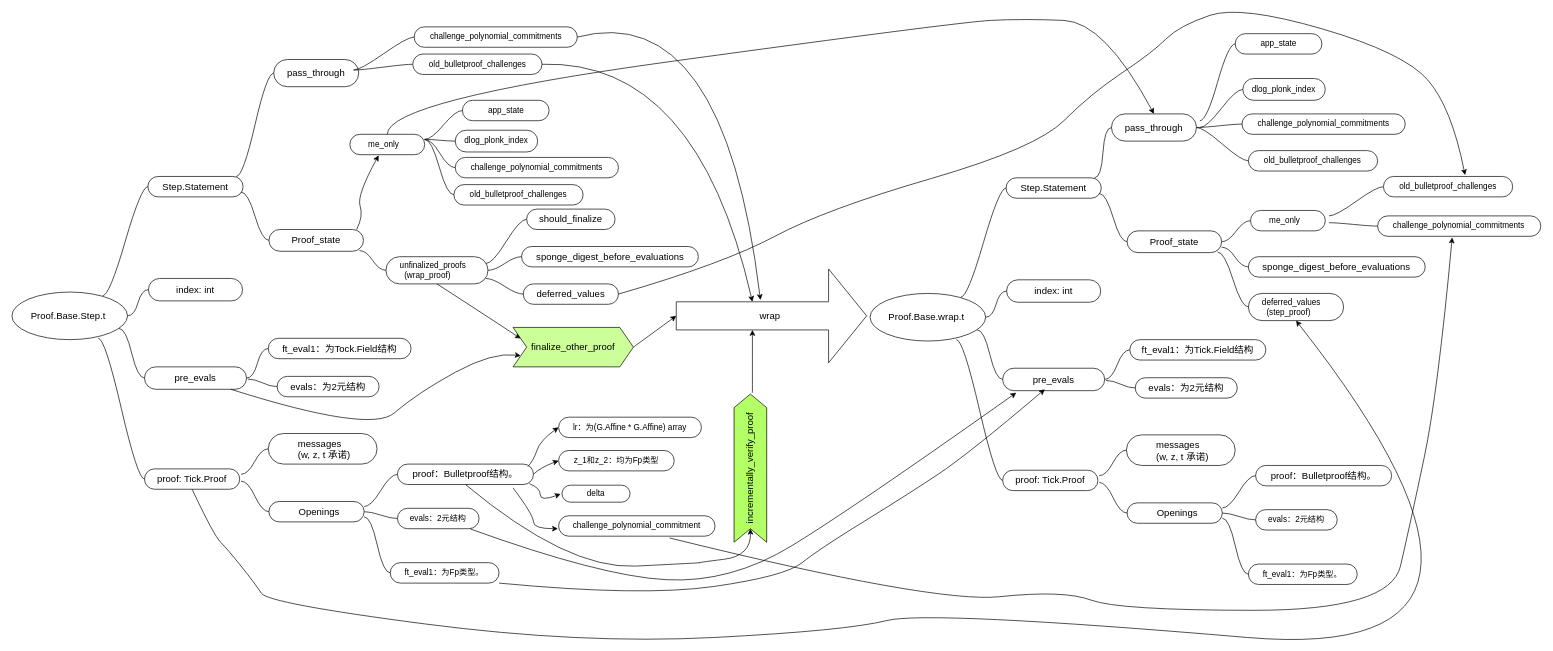
The draw.io diagram Mina recursion wrap.drawio in Federico2014/diagrams, before the edit. Source tidied: cells renumbered, new cells numbered last; positions are measured from the earlier drawing's top-left corner, leaving out a move shared by most shapes. Both pictures are drawn from the tidied source at 68%, with x=0, y=0 at pixel (12, -2).
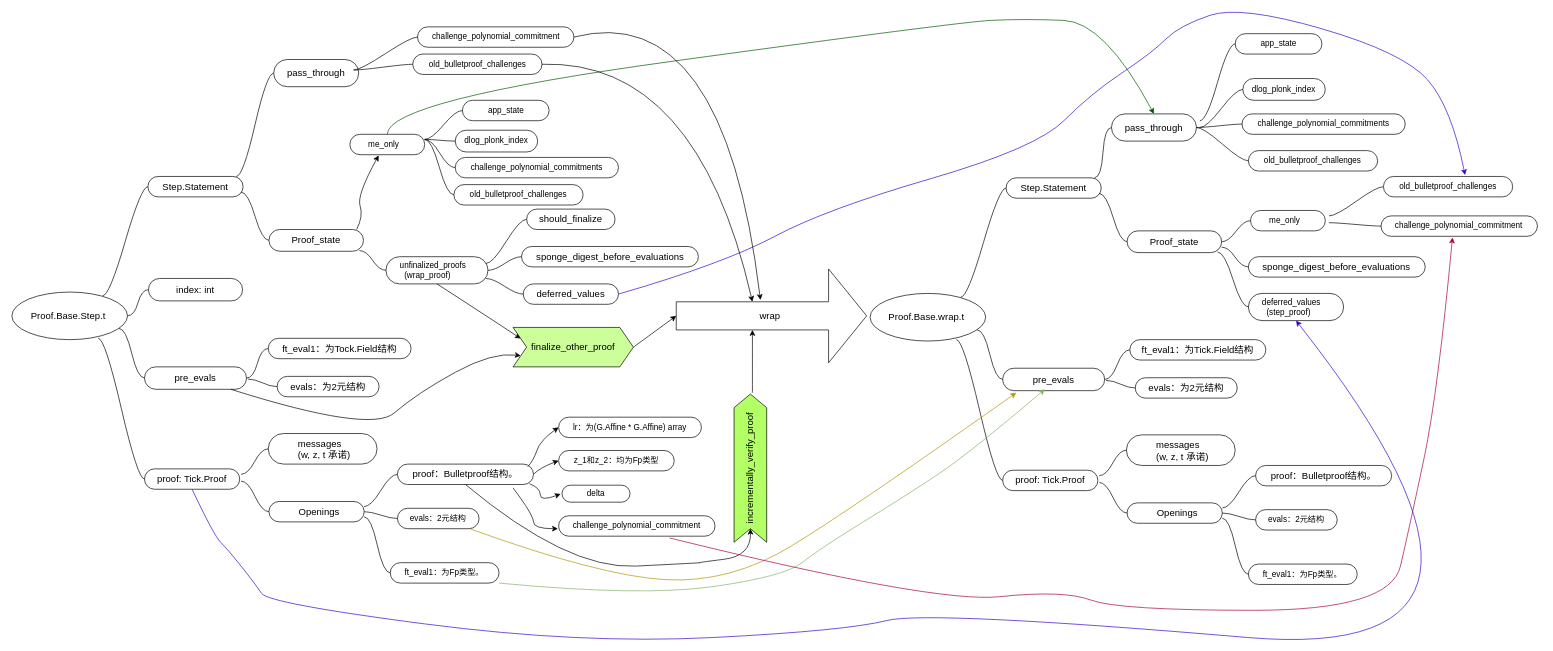
The same diagram, later.

Unchanged cells that the change refers to:
```xml
<mxCell id="9" value="proof: Tick.Proof" style="whiteSpace=wrap;html=1;rounded=1;arcSize=50;align=center;verticalAlign=middle;strokeWidth=1;spacing=4;newEdgeStyle={&quot;edgeStyle&quot;:&quot;entityRelationEdgeStyle&quot;,&quot;startArrow&quot;:&quot;none&quot;,&quot;endArrow&quot;:&quot;none&quot;,&quot;segment&quot;:10,&quot;curved&quot;:1};fontSize=14;" parent="1" vertex="1">
  <mxGeometry x="195" y="692" width="140" height="30" as="geometry" />
</mxCell>
<mxCell id="27" value="&amp;nbsp; &amp;nbsp; &amp;nbsp; &amp;nbsp;me_only" style="whiteSpace=wrap;html=1;rounded=1;arcSize=50;align=left;verticalAlign=middle;strokeWidth=1;spacing=4;newEdgeStyle={&quot;edgeStyle&quot;:&quot;entityRelationEdgeStyle&quot;,&quot;startArrow&quot;:&quot;none&quot;,&quot;endArrow&quot;:&quot;none&quot;,&quot;segment&quot;:10,&quot;curved&quot;:1};" parent="1" vertex="1" collapsed="1">
  <mxGeometry x="497" y="200" width="110" height="30" as="geometry" />
</mxCell>
<mxCell id="30" value="deferred_values" style="whiteSpace=wrap;html=1;rounded=1;arcSize=50;align=center;verticalAlign=middle;strokeWidth=1;spacing=4;newEdgeStyle={&quot;edgeStyle&quot;:&quot;entityRelationEdgeStyle&quot;,&quot;startArrow&quot;:&quot;none&quot;,&quot;endArrow&quot;:&quot;none&quot;,&quot;segment&quot;:10,&quot;curved&quot;:1};fontSize=14;" parent="1" vertex="1">
  <mxGeometry x="752" y="420" width="140" height="30" as="geometry" />
</mxCell>
<mxCell id="42" value="evals：2元结构" style="whiteSpace=wrap;html=1;rounded=1;arcSize=50;align=center;verticalAlign=middle;strokeWidth=1;spacing=4;newEdgeStyle={&quot;edgeStyle&quot;:&quot;entityRelationEdgeStyle&quot;,&quot;startArrow&quot;:&quot;none&quot;,&quot;endArrow&quot;:&quot;none&quot;,&quot;segment&quot;:10,&quot;curved&quot;:1};" parent="1" vertex="1">
  <mxGeometry x="567" y="750" width="120" height="30" as="geometry" />
</mxCell>
<mxCell id="44" value="ft_eval1：为Fp类型。" style="whiteSpace=wrap;html=1;rounded=1;arcSize=50;align=center;verticalAlign=middle;strokeWidth=1;spacing=4;newEdgeStyle={&quot;edgeStyle&quot;:&quot;entityRelationEdgeStyle&quot;,&quot;startArrow&quot;:&quot;none&quot;,&quot;endArrow&quot;:&quot;none&quot;,&quot;segment&quot;:10,&quot;curved&quot;:1};" parent="1" vertex="1">
  <mxGeometry x="556.4" y="830" width="160" height="30" as="geometry" />
</mxCell>
<mxCell id="47" value="Proof.Base.wrap.t&amp;nbsp;" style="ellipse;whiteSpace=wrap;html=1;fontSize=14;" parent="1" vertex="1">
  <mxGeometry x="1262" y="434" width="170" height="70" as="geometry" />
</mxCell>
<mxCell id="56" value="pass_through" style="whiteSpace=wrap;html=1;rounded=1;arcSize=50;align=center;verticalAlign=middle;strokeWidth=1;spacing=4;newEdgeStyle={&quot;edgeStyle&quot;:&quot;entityRelationEdgeStyle&quot;,&quot;startArrow&quot;:&quot;none&quot;,&quot;endArrow&quot;:&quot;none&quot;,&quot;segment&quot;:10,&quot;curved&quot;:1};fontSize=14;" parent="1" vertex="1">
  <mxGeometry x="1617" y="170" width="125" height="40" as="geometry" />
</mxCell>
<mxCell id="68" value="&amp;nbsp; &amp;nbsp; &amp;nbsp;deferred_values&lt;br&gt;&amp;nbsp; &amp;nbsp; &amp;nbsp; &amp;nbsp;(step_proof)" style="whiteSpace=wrap;html=1;rounded=1;arcSize=50;align=left;verticalAlign=middle;strokeWidth=1;spacing=4;newEdgeStyle={&quot;edgeStyle&quot;:&quot;entityRelationEdgeStyle&quot;,&quot;startArrow&quot;:&quot;none&quot;,&quot;endArrow&quot;:&quot;none&quot;,&quot;segment&quot;:10,&quot;curved&quot;:1};" parent="1" vertex="1">
  <mxGeometry x="1818.4" y="434" width="140" height="40" as="geometry" />
</mxCell>
<mxCell id="98" value="challenge_polynomial_commitment" style="whiteSpace=wrap;html=1;rounded=1;arcSize=50;align=center;verticalAlign=middle;strokeWidth=1;spacing=4;newEdgeStyle={&quot;edgeStyle&quot;:&quot;entityRelationEdgeStyle&quot;,&quot;startArrow&quot;:&quot;none&quot;,&quot;endArrow&quot;:&quot;none&quot;,&quot;segment&quot;:10,&quot;curved&quot;:1};" parent="1" vertex="1">
  <mxGeometry x="804" y="761" width="230" height="30" as="geometry" />
</mxCell>
```

Diff of the diagram source:
```diff
@@
-    <mxCell id="50" value="index: int" style="whiteSpace=wrap;html=1;rounded=1;arcSize=50;align=center;verticalAlign=middle;strokeWidth=1;spacing=4;newEdgeStyle={&quot;edgeStyle&quot;:&quot;entityRelationEdgeStyle&quot;,&quot;startArrow&quot;:&quot;none&quot;,&quot;endArrow&quot;:&quot;none&quot;,&quot;segment&quot;:10,&quot;curved&quot;:1};fontSize=14;" parent="1" vertex="1">
-      <mxGeometry x="1462.8" y="414" width="138.4" height="33" as="geometry" />
-    </mxCell>
-    <mxCell id="51" style="edgeStyle=entityRelationEdgeStyle;startArrow=none;endArrow=none;segment=10;curved=1;rounded=0;fontSize=14;" parent="1" edge="1" source="47" target="50">
-      <mxGeometry relative="1" as="geometry" />
-    </mxCell>
@@
-    <mxCell id="104" value="challenge_polynomial_commitments" style="whiteSpace=wrap;html=1;rounded=1;arcSize=50;align=center;verticalAlign=middle;strokeWidth=1;spacing=4;newEdgeStyle={&quot;edgeStyle&quot;:&quot;entityRelationEdgeStyle&quot;,&quot;startArrow&quot;:&quot;none&quot;,&quot;endArrow&quot;:&quot;none&quot;,&quot;segment&quot;:10,&quot;curved&quot;:1};" parent="1" vertex="1">
-      <mxGeometry x="591.5" y="42" width="240" height="30" as="geometry" />
+    <mxCell id="104" value="challenge_polynomial_commitment" style="whiteSpace=wrap;html=1;rounded=1;arcSize=50;align=center;verticalAlign=middle;strokeWidth=1;spacing=4;newEdgeStyle={&quot;edgeStyle&quot;:&quot;entityRelationEdgeStyle&quot;,&quot;startArrow&quot;:&quot;none&quot;,&quot;endArrow&quot;:&quot;none&quot;,&quot;segment&quot;:10,&quot;curved&quot;:1};" parent="1" vertex="1">
+      <mxGeometry x="596.5" y="42" width="230" height="30" as="geometry" />
     </mxCell>
@@
-    <mxCell id="109" value="challenge_polynomial_commitments" style="whiteSpace=wrap;html=1;rounded=1;arcSize=50;align=center;verticalAlign=middle;strokeWidth=1;spacing=4;newEdgeStyle={&quot;edgeStyle&quot;:&quot;entityRelationEdgeStyle&quot;,&quot;startArrow&quot;:&quot;none&quot;,&quot;endArrow&quot;:&quot;none&quot;,&quot;segment&quot;:10,&quot;curved&quot;:1};" parent="1" vertex="1">
-      <mxGeometry x="2008.4" y="320" width="240" height="30" as="geometry" />
+    <mxCell id="109" value="challenge_polynomial_commitment" style="whiteSpace=wrap;html=1;rounded=1;arcSize=50;align=center;verticalAlign=middle;strokeWidth=1;spacing=4;newEdgeStyle={&quot;edgeStyle&quot;:&quot;entityRelationEdgeStyle&quot;,&quot;startArrow&quot;:&quot;none&quot;,&quot;endArrow&quot;:&quot;none&quot;,&quot;segment&quot;:10,&quot;curved&quot;:1};" parent="1" vertex="1">
+      <mxGeometry x="2013.4" y="320" width="230" height="30" as="geometry" />
     </mxCell>
@@
-    <mxCell id="112" style="curved=1;endArrow=classic;html=1;rounded=0;fontSize=14;exitX=0.892;exitY=1.011;exitDx=0;exitDy=0;exitPerimeter=0;" parent="1" edge="1" source="42">
+    <mxCell id="112" style="curved=1;endArrow=classic;html=1;rounded=0;fontSize=14;exitX=0.892;exitY=1.011;exitDx=0;exitDy=0;exitPerimeter=0;fillColor=#e3c800;strokeColor=#B09500;" parent="1" edge="1" source="42">
       <mxGeometry relative="1" as="geometry">
         <mxPoint x="1477" y="580" as="targetPoint" />
         <Array as="points">
           <mxPoint x="867" y="850" />
           <mxPoint x="1057" y="860" />
           <mxPoint x="1237" y="750" />
         </Array>
       </mxGeometry>
     </mxCell>
-    <mxCell id="113" style="curved=1;endArrow=classic;html=1;rounded=0;fontSize=14;exitX=1;exitY=1;exitDx=0;exitDy=0;" parent="1" edge="1" source="44">
+    <mxCell id="113" style="curved=1;endArrow=classic;html=1;rounded=0;fontSize=14;exitX=1;exitY=1;exitDx=0;exitDy=0;fillColor=#d5e8d4;strokeColor=#82b366;" parent="1" edge="1" source="44">
       <mxGeometry relative="1" as="geometry">
         <mxPoint x="1519" y="575" as="targetPoint" />
         <Array as="points">
           <mxPoint x="927" y="880" />
           <mxPoint x="1137" y="850" />
           <mxPoint x="1187" y="810" />
           <mxPoint x="1317" y="730" />
           <mxPoint x="1407" y="670" />
         </Array>
       </mxGeometry>
     </mxCell>
-    <mxCell id="114" style="curved=1;endArrow=classic;html=1;rounded=0;fontSize=14;exitX=0.71;exitY=1.089;exitDx=0;exitDy=0;exitPerimeter=0;entryX=0.457;entryY=1.056;entryDx=0;entryDy=0;entryPerimeter=0;" parent="1" edge="1" source="98" target="109">
+    <mxCell id="114" style="curved=1;endArrow=classic;html=1;rounded=0;fontSize=14;exitX=0.71;exitY=1.089;exitDx=0;exitDy=0;exitPerimeter=0;entryX=0.457;entryY=1.056;entryDx=0;entryDy=0;entryPerimeter=0;fillColor=#d80073;strokeColor=#A50040;" parent="1" edge="1" source="98" target="109">
       <mxGeometry relative="1" as="geometry">
         <Array as="points">
           <mxPoint x="1358" y="890" />
           <mxPoint x="1547" y="870" />
           <mxPoint x="1627" y="900" />
           <mxPoint x="2027" y="900" />
           <mxPoint x="2057" y="770" />
           <mxPoint x="2097" y="580" />
         </Array>
       </mxGeometry>
     </mxCell>
-    <mxCell id="115" style="curved=1;endArrow=classic;html=1;rounded=0;fontSize=14;exitX=1;exitY=0.5;exitDx=0;exitDy=0;" parent="1" edge="1" source="30">
+    <mxCell id="115" style="curved=1;endArrow=classic;html=1;rounded=0;fontSize=14;exitX=1;exitY=0.5;exitDx=0;exitDy=0;fillColor=#6a00ff;strokeColor=#3700CC;" parent="1" edge="1" source="30">
       <mxGeometry relative="1" as="geometry">
         <mxPoint x="2137" y="260" as="targetPoint" />
         <Array as="points">
           <mxPoint x="1047" y="390" />
           <mxPoint x="1197" y="310" />
           <mxPoint x="1507" y="220" />
           <mxPoint x="1587" y="140" />
           <mxPoint x="1677" y="80" />
           <mxPoint x="1717" y="40" />
           <mxPoint x="1807" y="10" />
           <mxPoint x="2047" y="80" />
           <mxPoint x="2117" y="160" />
         </Array>
       </mxGeometry>
     </mxCell>
-    <mxCell id="116" style="curved=1;endArrow=classic;html=1;rounded=0;fontSize=14;exitX=0.5;exitY=0;exitDx=0;exitDy=0;entryX=0.5;entryY=0;entryDx=0;entryDy=0;" parent="1" edge="1" source="27" target="56">
+    <mxCell id="116" style="curved=1;endArrow=classic;html=1;rounded=0;fontSize=14;exitX=0.5;exitY=0;exitDx=0;exitDy=0;entryX=0.5;entryY=0;entryDx=0;entryDy=0;fillColor=#008a00;strokeColor=#005700;" parent="1" edge="1" source="27" target="56">
       <mxGeometry relative="1" as="geometry">
         <Array as="points">
           <mxPoint x="552" y="150" />
           <mxPoint x="1392" y="35" />
           <mxPoint x="1487" y="30" />
           <mxPoint x="1607" y="35" />
         </Array>
       </mxGeometry>
     </mxCell>
-    <mxCell id="117" style="curved=1;endArrow=classic;html=1;rounded=0;fontSize=14;entryX=0.5;entryY=1;entryDx=0;entryDy=0;exitX=0.5;exitY=1;exitDx=0;exitDy=0;" parent="1" edge="1" source="9" target="68">
+    <mxCell id="117" style="curved=1;endArrow=classic;html=1;rounded=0;fontSize=14;entryX=0.5;entryY=1;entryDx=0;entryDy=0;exitX=0.5;exitY=1;exitDx=0;exitDy=0;fillColor=#6a00ff;strokeColor=#3700CC;" parent="1" edge="1" source="9" target="68">
       <mxGeometry relative="1" as="geometry">
         <Array as="points">
           <mxPoint x="297" y="790" />
           <mxPoint x="317" y="810" />
           <mxPoint x="357" y="860" />
           <mxPoint x="377" y="890" />
           <mxPoint x="837" y="950" />
           <mxPoint x="1227" y="930" />
           <mxPoint x="1347" y="900" />
           <mxPoint x="2287" y="980" />
         </Array>
       </mxGeometry>
     </mxCell>
```
